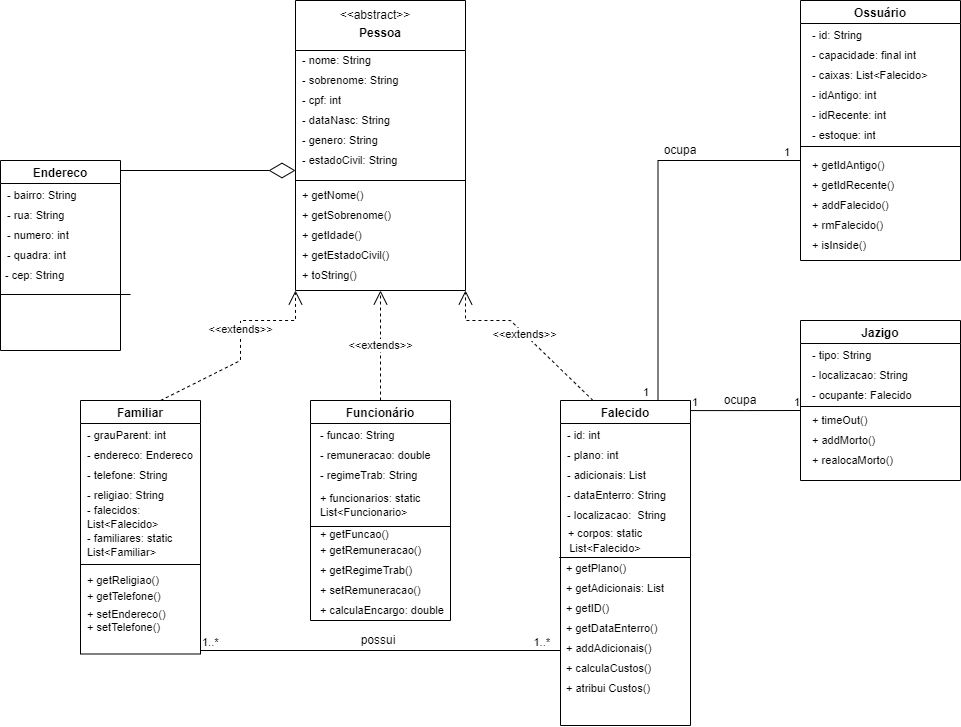
cemiterioPOO/Cemiterio keeps this draw.io diagram as Diagrama_cemiterio.png. Above is the earlier version. Source tidied: cells renumbered, new cells last; positions are measured from the earlier drawing's top-left corner, leaving out a move shared by most shapes.
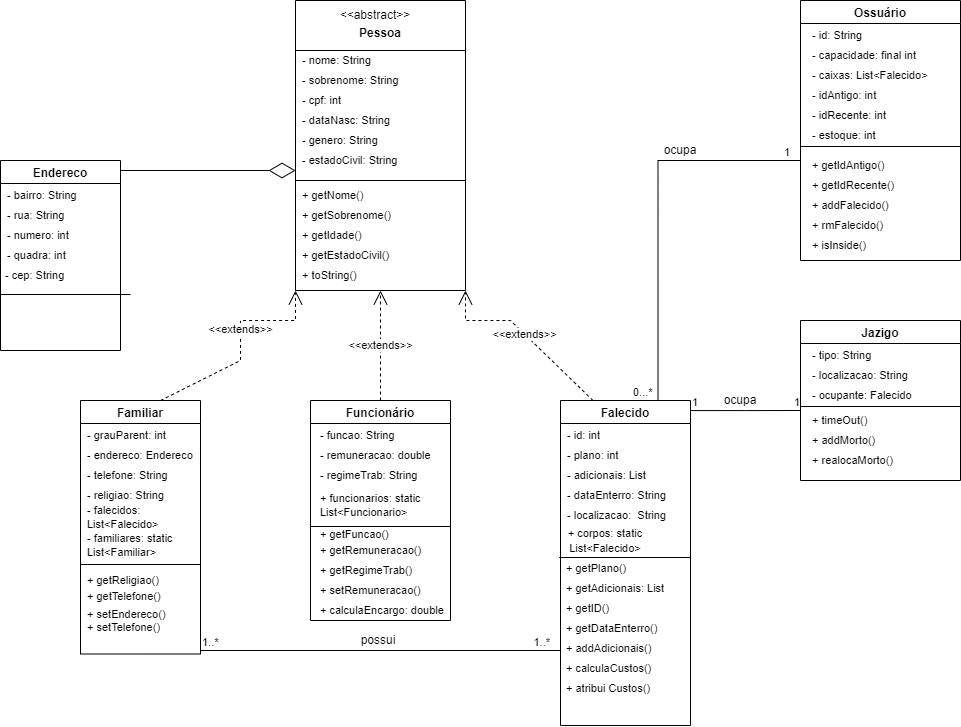
After the commit.

What changed in the source:
```diff
@@ -314,9 +314,9 @@
         </Array>
       </mxGeometry>
     </mxCell>
-    <mxCell id="95" value="1" style="edgeLabel;html=1;align=left;verticalAlign=bottom;" parent="94" vertex="1">
+    <mxCell id="95" value="0...*" style="edgeLabel;html=1;align=left;verticalAlign=bottom;" parent="94" vertex="1">
       <mxGeometry x="-1" relative="1" as="geometry">
-        <mxPoint x="-17" as="offset" />
+        <mxPoint x="-27" as="offset" />
       </mxGeometry>
     </mxCell>
     <mxCell id="96" value="1" style="edgeLabel;html=1;align=right;verticalAlign=bottom;" parent="94" vertex="1">
```
